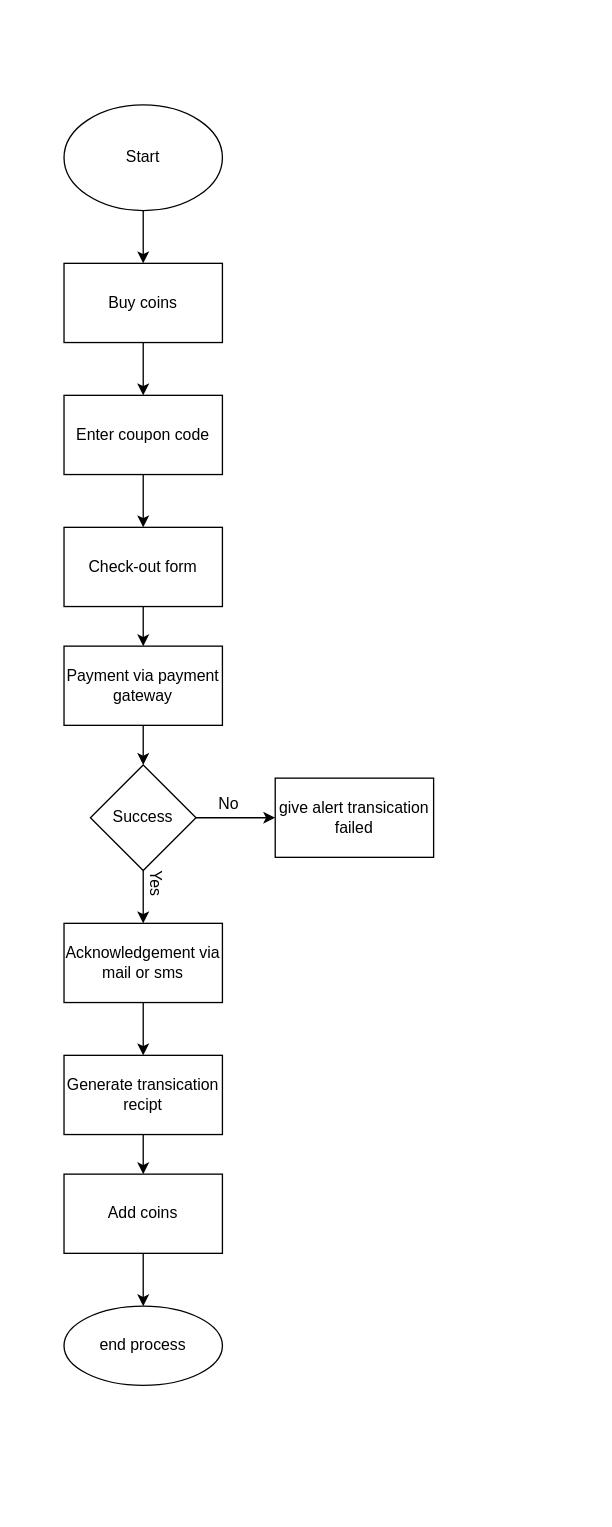
karthiksatish159/googleads keeps this draw.io diagram as public/Transaction-flow.drawio. Above is the earlier version. Source tidied: cells renumbered, new cells numbered last; positions are measured from the earlier drawing's top-left corner, leaving out a move shared by most shapes. Both pictures are drawn from the tidied source at 132%, with x=0, y=0 at pixel (63, 104).
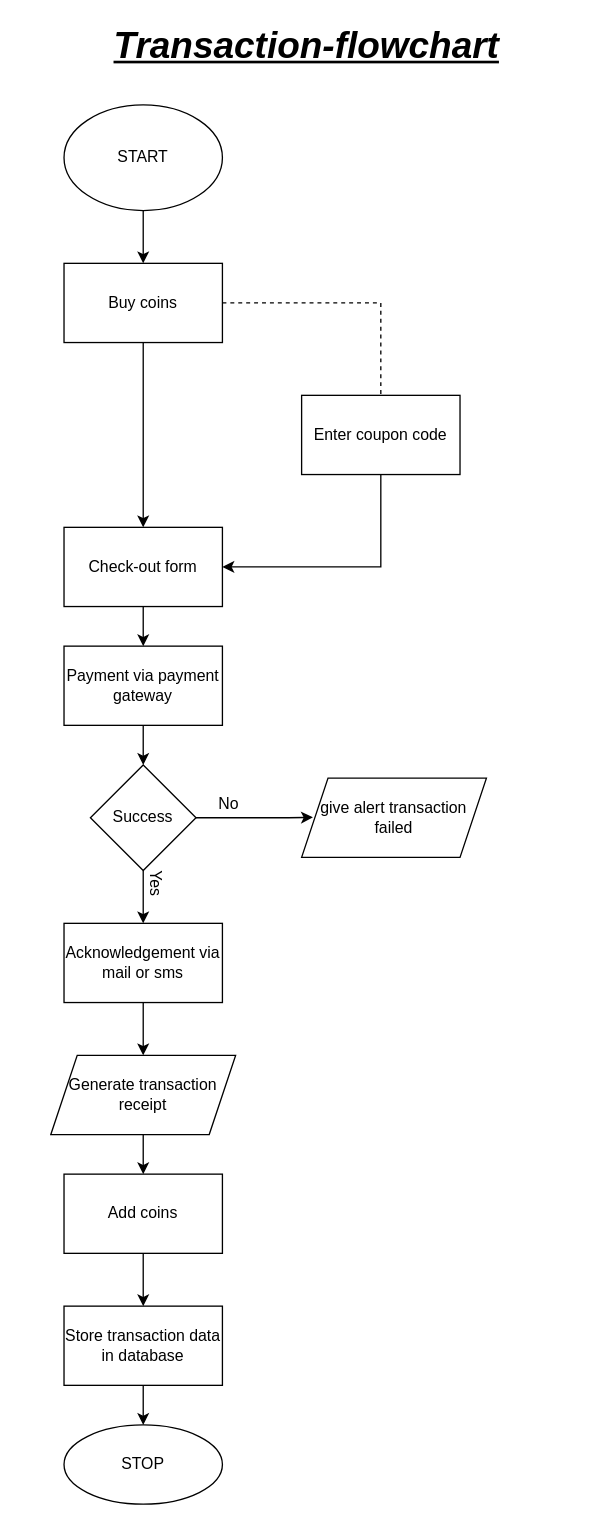
Above is the later version.

The change refers to these unchanged cells:
```xml
<mxCell id="5" value="Buy coins" style="whiteSpace=wrap;html=1;" parent="1" vertex="1">
  <mxGeometry y="120" width="120" height="60" as="geometry" />
</mxCell>
<mxCell id="9" value="Check-out form" style="whiteSpace=wrap;html=1;" parent="1" vertex="1">
  <mxGeometry y="320" width="120" height="60" as="geometry" />
</mxCell>
<mxCell id="14" value="Success" style="rhombus;whiteSpace=wrap;html=1;" parent="1" vertex="1">
  <mxGeometry x="20" y="500" width="80" height="80" as="geometry" />
</mxCell>
<mxCell id="16" value="Acknowledgement via mail or sms" style="whiteSpace=wrap;html=1;" parent="1" vertex="1">
  <mxGeometry y="620" width="120" height="60" as="geometry" />
</mxCell>
<mxCell id="20" value="Add coins" style="whiteSpace=wrap;html=1;" parent="1" vertex="1">
  <mxGeometry y="810" width="120" height="60" as="geometry" />
</mxCell>
<mxCell id="24" value="No" style="text;html=1;strokeColor=none;fillColor=none;align=center;verticalAlign=middle;whiteSpace=wrap;rounded=0;" parent="1" vertex="1">
  <mxGeometry x="100" y="520" width="50" height="20" as="geometry" />
</mxCell>
```

Diff of the diagram source:
```diff
@@
-    <mxCell id="3" value="Start" style="ellipse;whiteSpace=wrap;html=1;" parent="1" vertex="1">
+    <mxCell id="3" value="START" style="ellipse;whiteSpace=wrap;html=1;" parent="1" vertex="1">
       <mxGeometry width="120" height="80" as="geometry" />
     </mxCell>
-    <mxCell id="4" style="edgeStyle=orthogonalEdgeStyle;rounded=0;jettySize=auto;html=1;" parent="1" edge="1" source="5" target="7">
-      <mxGeometry relative="1" as="geometry" />
-    </mxCell>
+    <mxCell id="25" style="edgeStyle=orthogonalEdgeStyle;rounded=0;jettySize=auto;html=1;entryX=0.5;entryY=0;entryDx=0;entryDy=0;" parent="1" edge="1" source="5" target="9">
+      <mxGeometry relative="1" as="geometry" />
+    </mxCell>
@@
-    <mxCell id="6" style="edgeStyle=orthogonalEdgeStyle;rounded=0;jettySize=auto;html=1;" parent="1" edge="1" source="7" target="9">
-      <mxGeometry relative="1" as="geometry" />
+    <mxCell id="6" style="edgeStyle=orthogonalEdgeStyle;rounded=0;jettySize=auto;html=1;entryX=1;entryY=0.5;entryDx=0;entryDy=0;" parent="1" edge="1" source="7" target="9">
+      <mxGeometry relative="1" as="geometry">
+        <Array as="points">
+          <mxPoint x="240" y="350" />
+        </Array>
+      </mxGeometry>
     </mxCell>
     <mxCell id="7" value="Enter coupon code" style="whiteSpace=wrap;html=1;" parent="1" vertex="1">
-      <mxGeometry y="220" width="120" height="60" as="geometry" />
+      <mxGeometry x="180" y="220" width="120" height="60" as="geometry" />
     </mxCell>
@@
-    <mxCell id="12" style="edgeStyle=orthogonalEdgeStyle;rounded=0;jettySize=auto;html=1;" parent="1" edge="1" source="14" target="22">
-      <mxGeometry relative="1" as="geometry" />
-    </mxCell>
@@
-    <mxCell id="15" style="edgeStyle=orthogonalEdgeStyle;rounded=0;jettySize=auto;html=1;" parent="1" edge="1" source="16" target="18">
+    <mxCell id="15" style="edgeStyle=orthogonalEdgeStyle;rounded=0;jettySize=auto;html=1;" parent="1" edge="1" source="16" target="29">
       <mxGeometry relative="1" as="geometry" />
     </mxCell>
@@
-    <mxCell id="17" style="edgeStyle=orthogonalEdgeStyle;rounded=0;jettySize=auto;html=1;" parent="1" edge="1" source="18" target="20">
+    <mxCell id="17" style="edgeStyle=orthogonalEdgeStyle;rounded=0;jettySize=auto;html=1;exitX=0.5;exitY=1;exitDx=0;exitDy=0;" parent="1" edge="1" source="29" target="20">
       <mxGeometry relative="1" as="geometry" />
     </mxCell>
-    <mxCell id="18" value="Generate transication&lt;br&gt;recipt" style="whiteSpace=wrap;html=1;" parent="1" vertex="1">
-      <mxGeometry y="720" width="120" height="60" as="geometry" />
-    </mxCell>
-    <mxCell id="19" style="edgeStyle=orthogonalEdgeStyle;rounded=0;jettySize=auto;html=1;" parent="1" edge="1" source="20" target="21">
-      <mxGeometry relative="1" as="geometry" />
-    </mxCell>
+    <mxCell id="26" style="edgeStyle=orthogonalEdgeStyle;rounded=0;jettySize=auto;html=1;" parent="1" edge="1" source="20" target="31">
+      <mxGeometry relative="1" as="geometry" />
+    </mxCell>
@@
-    <mxCell id="21" value="end process" style="ellipse;whiteSpace=wrap;html=1;" parent="1" vertex="1">
-      <mxGeometry y="910" width="120" height="60" as="geometry" />
-    </mxCell>
-    <mxCell id="22" value="give alert transication failed" style="whiteSpace=wrap;html=1;" parent="1" vertex="1">
-      <mxGeometry x="160" y="510" width="120" height="60" as="geometry" />
-    </mxCell>
@@
+    <mxCell id="27" style="edgeStyle=orthogonalEdgeStyle;rounded=0;jettySize=auto;html=1;exitX=0;exitY=1;exitDx=0;exitDy=0;entryX=0.061;entryY=0.495;entryDx=0;entryDy=0;entryPerimeter=0;" parent="1" edge="1" source="24" target="28">
+      <mxGeometry relative="1" as="geometry">
+        <Array as="points">
+          <mxPoint x="170" y="540" />
+        </Array>
+      </mxGeometry>
+    </mxCell>
@@
+    <mxCell id="4" style="endArrow=none;dashed=1;html=1;rounded=0;exitX=1;exitY=0.5;exitDx=0;exitDy=0;entryX=0.5;entryY=0;entryDx=0;entryDy=0;" parent="1" edge="1" source="5" target="7">
+      <mxGeometry relative="1" as="geometry">
+        <Array as="points">
+          <mxPoint x="240" y="150" />
+        </Array>
+      </mxGeometry>
+    </mxCell>
+    <mxCell id="28" value="&lt;span style=&quot;&quot;&gt;give alert&amp;nbsp;transaction failed&lt;/span&gt;" style="shape=parallelogram;perimeter=parallelogramPerimeter;whiteSpace=wrap;html=1;fixedSize=1;" parent="1" vertex="1">
+      <mxGeometry x="180" y="510" width="140" height="60" as="geometry" />
+    </mxCell>
+    <mxCell id="29" value="&lt;span style=&quot;&quot;&gt;Generate&amp;nbsp;transaction&lt;/span&gt;&lt;br style=&quot;&quot;&gt;&lt;span style=&quot;&quot;&gt;receipt&lt;/span&gt;" style="shape=parallelogram;perimeter=parallelogramPerimeter;whiteSpace=wrap;html=1;fixedSize=1;" parent="1" vertex="1">
+      <mxGeometry x="-10" y="720" width="140" height="60" as="geometry" />
+    </mxCell>
+    <mxCell id="30" style="edgeStyle=orthogonalEdgeStyle;rounded=0;jettySize=auto;html=1;" parent="1" edge="1" source="31" target="32">
+      <mxGeometry relative="1" as="geometry" />
+    </mxCell>
+    <mxCell id="31" value="Store transaction data in database" style="whiteSpace=wrap;html=1;" parent="1" vertex="1">
+      <mxGeometry y="910" width="120" height="60" as="geometry" />
+    </mxCell>
+    <mxCell id="32" value="STOP" style="ellipse;whiteSpace=wrap;html=1;" parent="1" vertex="1">
+      <mxGeometry y="1000" width="120" height="60" as="geometry" />
+    </mxCell>
+    <mxCell id="33" value="Transaction-flowchart" style="text;html=1;strokeColor=none;fillColor=none;align=center;verticalAlign=middle;whiteSpace=wrap;rounded=0;fontSize=28;fontStyle=7;" parent="1" vertex="1">
+      <mxGeometry x="-31" y="-60" width="430" height="30" as="geometry" />
+    </mxCell>
```
